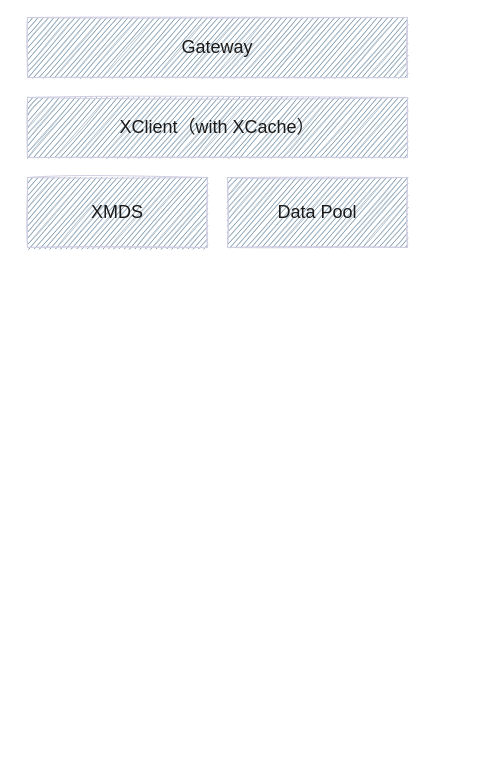
This is xcache-pr.drawio from destroyer399/draw-io, a draw.io file, before an edit. Source tidied: cells renumbered, new cells numbered last; positions are measured from the earlier drawing's top-left corner, leaving out a move shared by most shapes. Both pictures are drawn from the tidied source at 100%, with x=0, y=0 at pixel (27, 17).
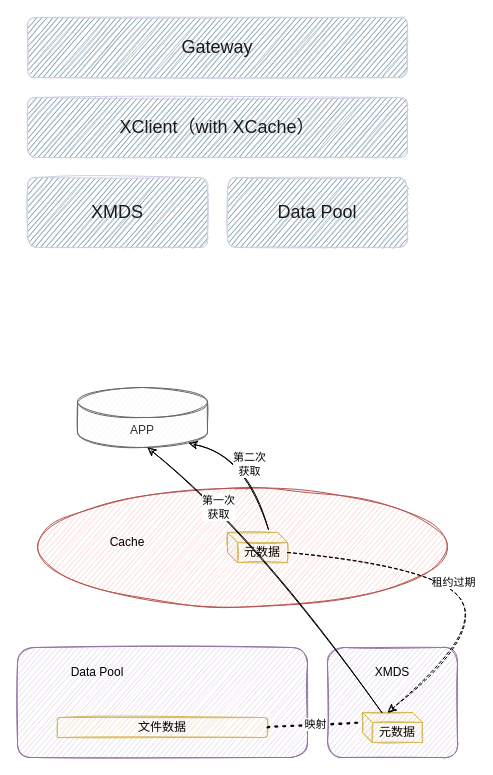
Above is the later version.

What changed in the source:
```diff
@@
-    <mxCell id="2" value="XMDS" style="rounded=0;whiteSpace=wrap;html=1;fontSize=18;fillColor=#5D7F99;strokeColor=#D0CEE2;sketch=1;fontColor=#1A1A1A;" parent="1" vertex="1">
+    <mxCell id="2" value="XMDS" style="whiteSpace=wrap;html=1;fontSize=18;fillColor=#5D7F99;strokeColor=#D0CEE2;fontColor=#1A1A1A;sketch=1;rounded=1;" parent="1" vertex="1">
       <mxGeometry y="160" width="180" height="70" as="geometry" />
     </mxCell>
-    <mxCell id="3" value="Data Pool" style="rounded=0;whiteSpace=wrap;html=1;fontSize=18;fillColor=#5D7F99;strokeColor=#D0CEE2;sketch=1;fontColor=#1A1A1A;" parent="1" vertex="1">
+    <mxCell id="3" value="Data Pool" style="whiteSpace=wrap;html=1;fontSize=18;fillColor=#5D7F99;strokeColor=#D0CEE2;fontColor=#1A1A1A;sketch=1;rounded=1;" parent="1" vertex="1">
       <mxGeometry x="200" y="160" width="180" height="70" as="geometry" />
     </mxCell>
-    <mxCell id="4" value="XClient（with XCache）" style="rounded=0;whiteSpace=wrap;html=1;fontSize=18;fillColor=#5D7F99;strokeColor=#D0CEE2;sketch=1;fontColor=#1A1A1A;" parent="1" vertex="1">
+    <mxCell id="4" value="XClient（with XCache）" style="whiteSpace=wrap;html=1;fontSize=18;fillColor=#5D7F99;strokeColor=#D0CEE2;fontColor=#1A1A1A;sketch=1;rounded=1;" parent="1" vertex="1">
       <mxGeometry y="80" width="380" height="60" as="geometry" />
     </mxCell>
-    <mxCell id="5" value="Gateway" style="rounded=0;whiteSpace=wrap;html=1;fontSize=18;fillColor=#5D7F99;strokeColor=#D0CEE2;sketch=1;fontColor=#1A1A1A;" parent="1" vertex="1">
+    <mxCell id="5" value="Gateway" style="whiteSpace=wrap;html=1;fontSize=18;fillColor=#5D7F99;strokeColor=#D0CEE2;fontColor=#1A1A1A;sketch=1;rounded=1;" parent="1" vertex="1">
       <mxGeometry width="380" height="60" as="geometry" />
     </mxCell>
+    <mxCell id="6" value="APP" style="shape=cylinder3;whiteSpace=wrap;html=1;boundedLbl=1;backgroundOutline=1;size=15;fillColor=#f5f5f5;strokeColor=#666666;sketch=1;fontColor=#333333;rounded=1;" parent="1" vertex="1">
+      <mxGeometry x="50" y="370" width="130" height="60" as="geometry" />
+    </mxCell>
+    <mxCell id="7" style="whiteSpace=wrap;html=1;fillColor=#e1d5e7;strokeColor=#9673a6;sketch=1;rounded=1;" parent="1" vertex="1">
+      <mxGeometry x="-10" y="630" width="290" height="110" as="geometry" />
+    </mxCell>
+    <mxCell id="8" style="ellipse;whiteSpace=wrap;html=1;fillColor=#f8cecc;strokeColor=#b85450;sketch=1;rounded=1;" parent="1" vertex="1">
+      <mxGeometry y="470" width="430" height="120" as="geometry" />
+    </mxCell>
+    <mxCell id="9" value="文件数据" style="whiteSpace=wrap;html=1;fillColor=#fff2cc;strokeColor=#d6b656;sketch=1;rounded=1;" parent="1" vertex="1">
+      <mxGeometry x="30" y="700" width="210" height="20" as="geometry" />
+    </mxCell>
+    <mxCell id="10" value="元数据" style="shape=cube;whiteSpace=wrap;html=1;boundedLbl=1;backgroundOutline=1;darkOpacity=0.05;darkOpacity2=0.1;size=10;fillColor=#fff2cc;strokeColor=#d6b656;sketch=1;rounded=1;" parent="1" vertex="1">
+      <mxGeometry x="200" y="515" width="60" height="30" as="geometry" />
+    </mxCell>
+    <mxCell id="11" style="whiteSpace=wrap;html=1;fillColor=#e1d5e7;strokeColor=#9673a6;sketch=1;rounded=1;" parent="1" vertex="1">
+      <mxGeometry x="300" y="630" width="130" height="110" as="geometry" />
+    </mxCell>
+    <mxCell id="12" value="元数据" style="shape=cube;whiteSpace=wrap;html=1;boundedLbl=1;backgroundOutline=1;darkOpacity=0.05;darkOpacity2=0.1;size=10;fillColor=#fff2cc;strokeColor=#d6b656;sketch=1;rounded=1;" parent="1" vertex="1">
+      <mxGeometry x="335" y="695" width="60" height="30" as="geometry" />
+    </mxCell>
+    <mxCell id="13" value="第一次&lt;br&gt;获取" style="endArrow=classic;html=1;sketch=1;curved=1;" parent="1" edge="1" source="12">
+      <mxGeometry x="0.48" y="1" relative="1" as="geometry">
+        <mxPoint x="120" y="430" as="targetPoint" />
+        <Array as="points">
+          <mxPoint x="230" y="520" />
+        </Array>
+      </mxGeometry>
+    </mxCell>
+    <mxCell id="14" value="租约过期" style="endArrow=classic;html=1;entryX=0;entryY=0;entryDx=25;entryDy=0;exitX=0;exitY=0;exitDx=60;exitDy=20;exitPerimeter=0;entryPerimeter=0;dashed=1;sketch=1;curved=1;" parent="1" edge="1" source="10" target="12">
+      <mxGeometry relative="1" as="geometry">
+        <Array as="points">
+          <mxPoint x="420" y="550" />
+          <mxPoint x="450" y="620" />
+        </Array>
+      </mxGeometry>
+    </mxCell>
+    <mxCell id="15" value="映射" style="endArrow=none;dashed=1;html=1;dashPattern=1 3;strokeWidth=2;entryX=0;entryY=0;entryDx=0;entryDy=10;entryPerimeter=0;exitX=1;exitY=0.5;exitDx=0;exitDy=0;sketch=1;curved=1;" parent="1" edge="1" source="9" target="12">
+      <mxGeometry relative="1" as="geometry" />
+    </mxCell>
+    <mxCell id="16" value="第二次&lt;br&gt;获取" style="endArrow=classic;html=1;entryX=0.855;entryY=1;entryDx=0;entryDy=-4.35;entryPerimeter=0;exitX=0.683;exitY=-0.1;exitDx=0;exitDy=0;exitPerimeter=0;sketch=1;curved=1;" parent="1" edge="1" source="10" target="6">
+      <mxGeometry relative="1" as="geometry">
+        <Array as="points">
+          <mxPoint x="220" y="440" />
+        </Array>
+      </mxGeometry>
+    </mxCell>
+    <mxCell id="17" value="Cache" style="text;html=1;strokeColor=none;fillColor=none;align=center;verticalAlign=middle;whiteSpace=wrap;sketch=1;rounded=1;" parent="1" vertex="1">
+      <mxGeometry x="70" y="510" width="60" height="30" as="geometry" />
+    </mxCell>
+    <mxCell id="18" value="Data Pool" style="text;html=1;strokeColor=none;fillColor=none;align=center;verticalAlign=middle;whiteSpace=wrap;sketch=1;rounded=1;" parent="1" vertex="1">
+      <mxGeometry x="40" y="640" width="60" height="30" as="geometry" />
+    </mxCell>
+    <mxCell id="19" value="XMDS" style="text;html=1;strokeColor=none;fillColor=none;align=center;verticalAlign=middle;whiteSpace=wrap;sketch=1;rounded=1;" parent="1" vertex="1">
+      <mxGeometry x="335" y="640" width="60" height="30" as="geometry" />
+    </mxCell>
```
